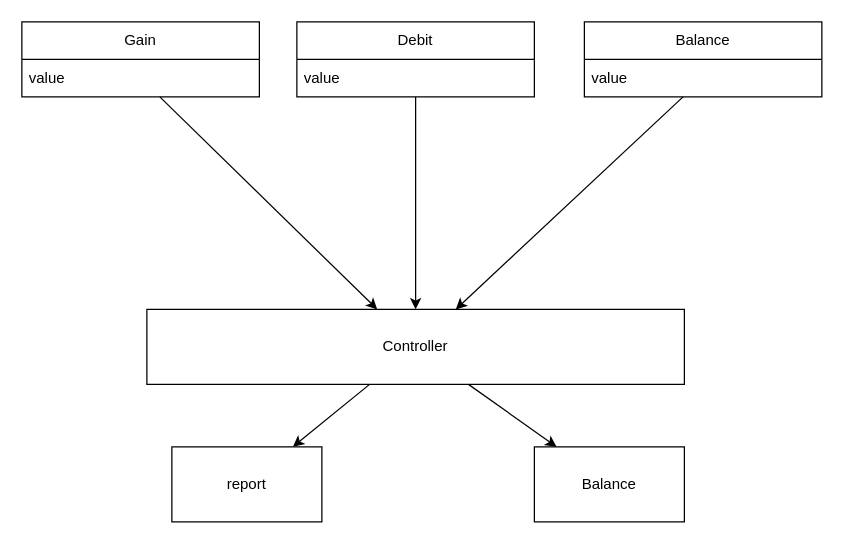
EgydioBNeto/finance keeps this draw.io diagram as diagrams/dataFlowDiagram.drawio. Above is the earlier version. Source tidied: cells renumbered, new cells numbered last; positions are measured from the earlier drawing's top-left corner, leaving out a move shared by most shapes. Both pictures are drawn from the tidied source at 125%, with x=0, y=0 at pixel (21, 21).
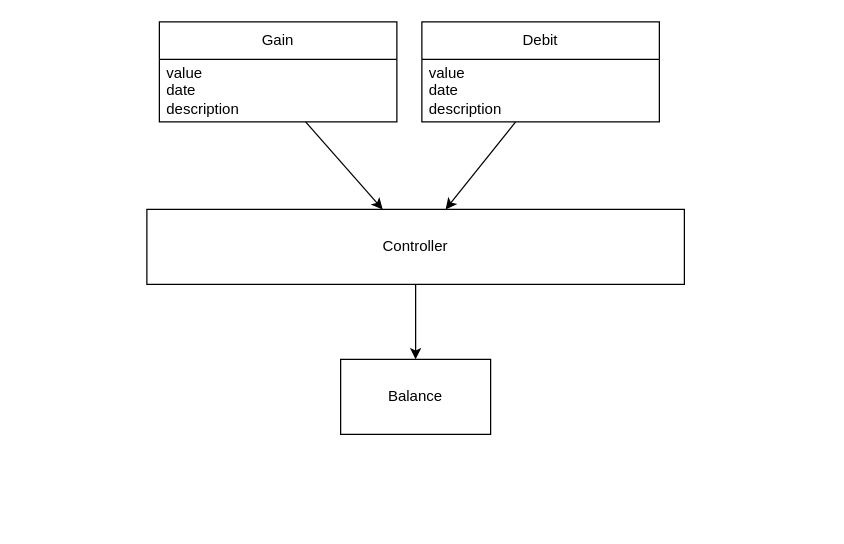
Above is the later version.

Change to the diagram source:
```diff
@@
 <mxGraphModel>
   <root>
     <mxCell id="0" />
     <mxCell id="1" parent="0" />
     <mxCell id="2" value="Gain" style="swimlane;fontStyle=0;horizontal=1;startSize=30;whiteSpace=wrap;html=1;" parent="1" vertex="1">
-      <mxGeometry width="190" height="60" as="geometry" />
+      <mxGeometry x="110" width="190" height="80" as="geometry" />
     </mxCell>
-    <mxCell id="3" value="value" style="text;strokeColor=none;fillColor=none;align=left;verticalAlign=middle;spacingLeft=4;spacingRight=4;overflow=hidden;points=[[0,0.5],[1,0.5]];portConstraint=eastwest;whiteSpace=wrap;html=1;" parent="2" vertex="1">
-      <mxGeometry y="30" width="190" height="30" as="geometry" />
+    <mxCell id="3" value="value&lt;br&gt;date&lt;br&gt;description" style="text;strokeColor=none;fillColor=none;align=left;verticalAlign=middle;spacingLeft=4;spacingRight=4;overflow=hidden;points=[[0,0.5],[1,0.5]];portConstraint=eastwest;whiteSpace=wrap;html=1;" parent="2" vertex="1">
+      <mxGeometry y="30" width="190" height="50" as="geometry" />
     </mxCell>
     <mxCell id="4" value="Debit" style="swimlane;fontStyle=0;horizontal=1;startSize=30;whiteSpace=wrap;html=1;" parent="1" vertex="1">
-      <mxGeometry x="220" width="190" height="60" as="geometry" />
+      <mxGeometry x="320" width="190" height="80" as="geometry" />
     </mxCell>
-    <mxCell id="5" value="value" style="text;strokeColor=none;fillColor=none;align=left;verticalAlign=middle;spacingLeft=4;spacingRight=4;overflow=hidden;points=[[0,0.5],[1,0.5]];portConstraint=eastwest;whiteSpace=wrap;html=1;" parent="4" vertex="1">
-      <mxGeometry y="30" width="190" height="30" as="geometry" />
+    <mxCell id="5" value="value&lt;br&gt;date&lt;br&gt;description" style="text;strokeColor=none;fillColor=none;align=left;verticalAlign=middle;spacingLeft=4;spacingRight=4;overflow=hidden;points=[[0,0.5],[1,0.5]];portConstraint=eastwest;whiteSpace=wrap;html=1;" parent="4" vertex="1">
+      <mxGeometry y="30" width="190" height="50" as="geometry" />
     </mxCell>
-    <mxCell id="6" value="Balance" style="swimlane;fontStyle=0;horizontal=1;startSize=30;whiteSpace=wrap;html=1;" parent="1" vertex="1">
-      <mxGeometry x="450" width="190" height="60" as="geometry" />
-    </mxCell>
-    <mxCell id="7" value="value" style="text;strokeColor=none;fillColor=none;align=left;verticalAlign=middle;spacingLeft=4;spacingRight=4;overflow=hidden;points=[[0,0.5],[1,0.5]];portConstraint=eastwest;whiteSpace=wrap;html=1;" parent="6" vertex="1">
-      <mxGeometry y="30" width="190" height="30" as="geometry" />
-    </mxCell>
     <mxCell id="8" style="edgeStyle=none;html=1;" parent="1" edge="1" source="10" target="14">
       <mxGeometry relative="1" as="geometry" />
     </mxCell>
-    <mxCell id="9" style="edgeStyle=none;html=1;" parent="1" edge="1" source="10" target="15">
-      <mxGeometry relative="1" as="geometry" />
-    </mxCell>
     <mxCell id="10" value="Controller" style="rounded=0;whiteSpace=wrap;html=1;" parent="1" vertex="1">
-      <mxGeometry x="100" y="230" width="430" height="60" as="geometry" />
+      <mxGeometry x="100" y="150" width="430" height="60" as="geometry" />
     </mxCell>
     <mxCell id="11" style="edgeStyle=none;html=1;" parent="1" edge="1" source="3" target="10">
       <mxGeometry relative="1" as="geometry" />
     </mxCell>
-    <mxCell id="12" style="edgeStyle=none;html=1;" parent="1" edge="1" source="7" target="10">
-      <mxGeometry relative="1" as="geometry" />
-    </mxCell>
     <mxCell id="13" style="edgeStyle=none;html=1;" parent="1" edge="1" source="5" target="10">
       <mxGeometry relative="1" as="geometry" />
     </mxCell>
     <mxCell id="14" value="Balance" style="rounded=0;whiteSpace=wrap;html=1;" parent="1" vertex="1">
-      <mxGeometry x="410" y="340" width="120" height="60" as="geometry" />
+      <mxGeometry x="255" y="270" width="120" height="60" as="geometry" />
     </mxCell>
-    <mxCell id="15" value="report" style="rounded=0;whiteSpace=wrap;html=1;" parent="1" vertex="1">
-      <mxGeometry x="120" y="340" width="120" height="60" as="geometry" />
-    </mxCell>
   </root>
 </mxGraphModel>
```
